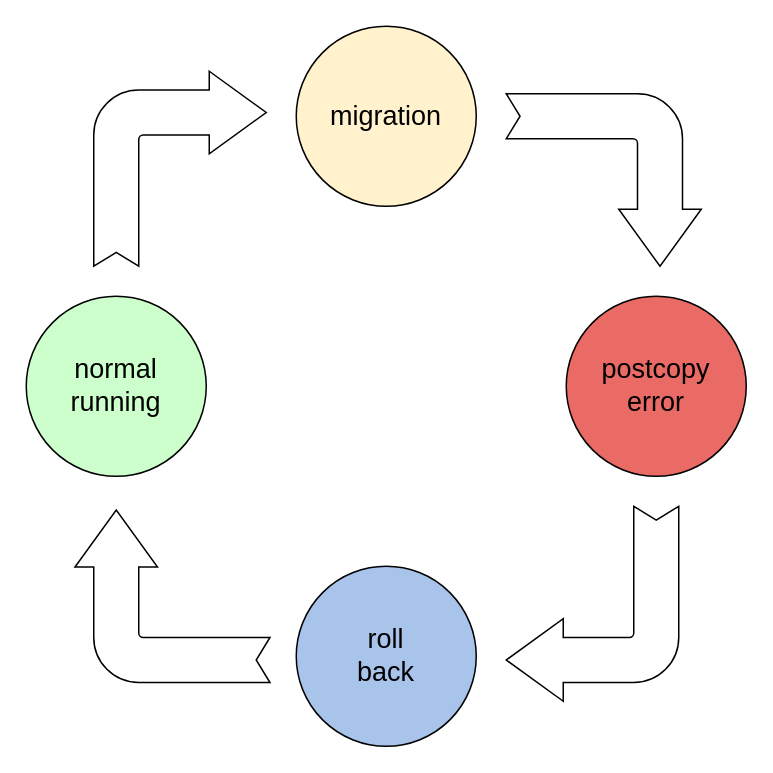
The draw.io diagram qemu-migration/postcopy backup state diagram.drawio in xuyizhe1999/drawio, before the edit. Source tidied: cells renumbered, new cells numbered last; positions are measured from the earlier drawing's top-left corner, leaving out a move shared by most shapes. Both pictures are drawn from the tidied source at 150%, with x=0, y=0 at pixel (26, 26).
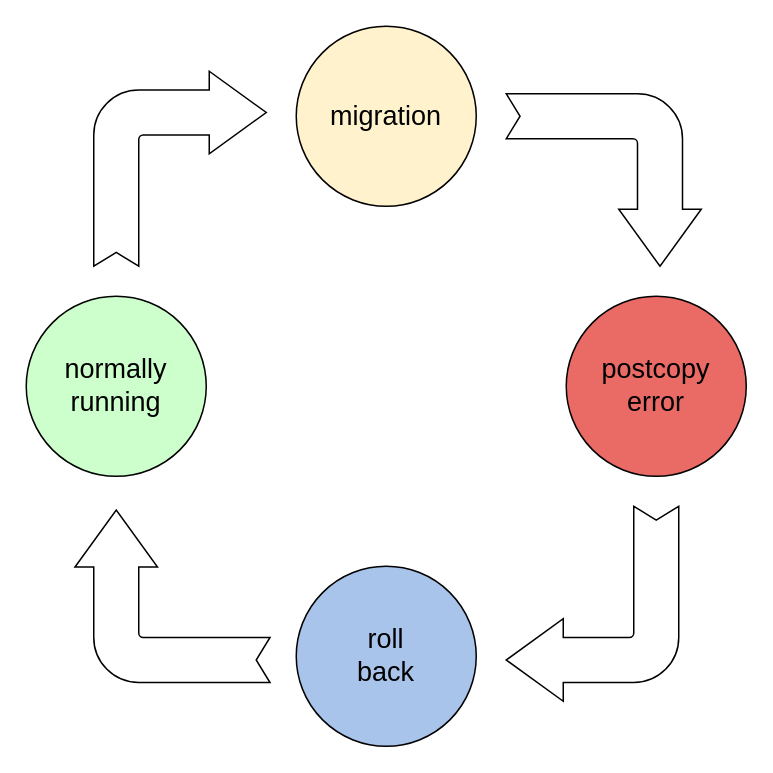
Above is the later version.

The edit, as a diff of the source:
```diff
@@
 <mxGraphModel>
   <root>
     <mxCell id="0" />
     <mxCell id="1" parent="0" />
-    <mxCell id="2" value="normal&lt;br&gt;running" style="ellipse;whiteSpace=wrap;html=1;fontSize=18;fillColor=#CCFFCC;" parent="1" vertex="1">
+    <mxCell id="2" value="normally&lt;br&gt;running" style="ellipse;whiteSpace=wrap;html=1;fontSize=18;fillColor=#CCFFCC;" parent="1" vertex="1">
       <mxGeometry y="180" width="120" height="120" as="geometry" />
     </mxCell>
     <mxCell id="3" value="migration" style="ellipse;whiteSpace=wrap;html=1;fontSize=18;fillColor=#FFF2CC;" parent="1" vertex="1">
       <mxGeometry x="180" width="120" height="120" as="geometry" />
     </mxCell>
     <mxCell id="4" value="postcopy&lt;br&gt;error" style="ellipse;whiteSpace=wrap;html=1;fontSize=18;fillColor=#EA6B66;" parent="1" vertex="1">
       <mxGeometry x="360" y="180" width="120" height="120" as="geometry" />
     </mxCell>
     <mxCell id="5" style="html=1;shadow=0;dashed=0;align=center;verticalAlign=middle;shape=mxgraph.arrows2.bendArrow;dy=15;dx=38;notch=9.2;arrowHead=55;rounded=1;fontSize=18;" parent="1" vertex="1">
       <mxGeometry x="45" y="30" width="115" height="130" as="geometry" />
     </mxCell>
     <mxCell id="6" style="html=1;shadow=0;dashed=0;align=center;verticalAlign=middle;shape=mxgraph.arrows2.bendArrow;dy=15;dx=38;notch=9.2;arrowHead=55;rounded=1;fontSize=18;rotation=90;" parent="1" vertex="1">
       <mxGeometry x="327.5" y="37.5" width="115" height="130" as="geometry" />
     </mxCell>
     <mxCell id="7" style="html=1;shadow=0;dashed=0;align=center;verticalAlign=middle;shape=mxgraph.arrows2.bendArrow;dy=15;dx=38;notch=9.2;arrowHead=55;rounded=1;fontSize=18;rotation=-180;" parent="1" vertex="1">
       <mxGeometry x="320" y="320" width="115" height="130" as="geometry" />
     </mxCell>
     <mxCell id="8" value="roll&lt;br&gt;back" style="ellipse;whiteSpace=wrap;html=1;fontSize=18;fillColor=#A9C4EB;" parent="1" vertex="1">
       <mxGeometry x="180" y="360" width="120" height="120" as="geometry" />
     </mxCell>
     <mxCell id="9" style="html=1;shadow=0;dashed=0;align=center;verticalAlign=middle;shape=mxgraph.arrows2.bendArrow;dy=15;dx=38;notch=9.2;arrowHead=55;rounded=1;fontSize=18;rotation=-90;" parent="1" vertex="1">
       <mxGeometry x="40" y="315" width="115" height="130" as="geometry" />
     </mxCell>
   </root>
 </mxGraphModel>
```
